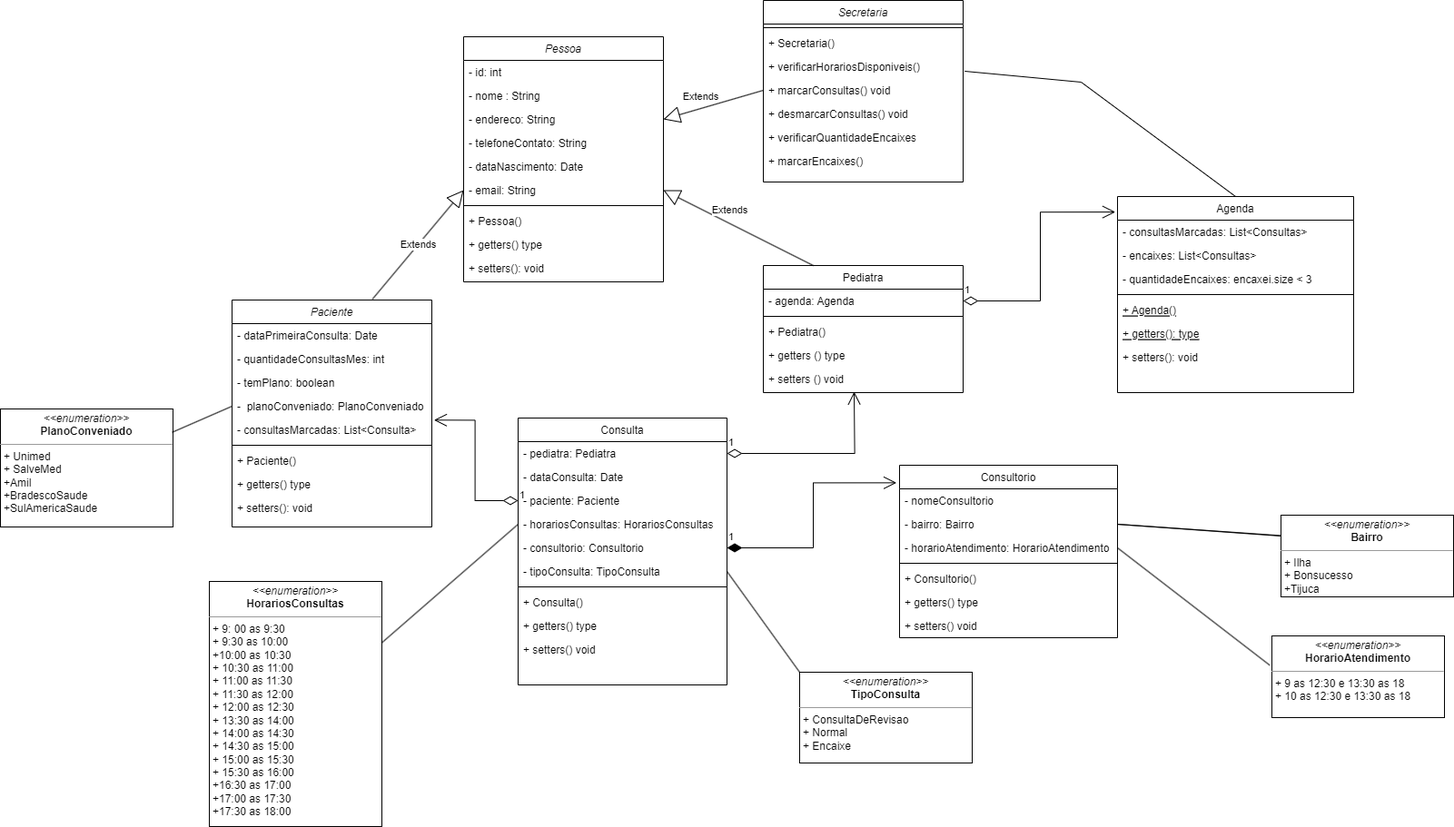
Above: Diagrams/diagrama3.drawio.png in OswaldoBirkner/Avaliacao_OOP (draw.io), before the change. Source tidied: cells renumbered, new cells last; positions are measured from the earlier drawing's top-left corner, leaving out a move shared by most shapes.
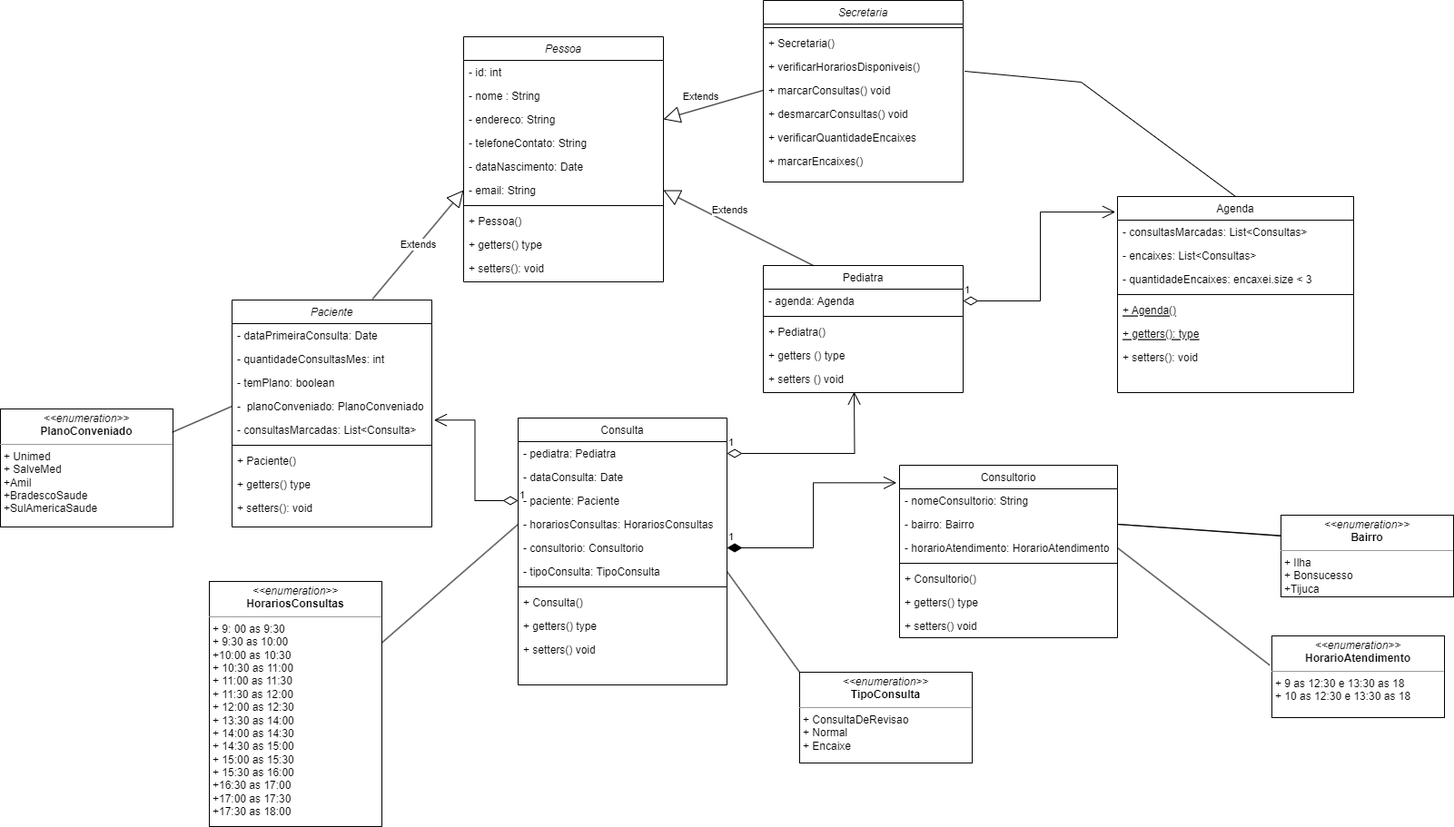
Later version of the same file.

Commit message:
fix syntax diagram

Diff of the diagram source:
```diff
@@ -86,7 +86,7 @@
     <mxCell id="29" value="Consultorio" style="swimlane;fontStyle=0;align=center;verticalAlign=top;horizontal=1;startSize=26;rounded=0;shadow=0;strokeWidth=1;" parent="1" vertex="1">
       <mxGeometry x="990" y="512" width="240" height="190" as="geometry" />
     </mxCell>
-    <mxCell id="30" value="- nomeConsultorio" style="text;align=left;verticalAlign=top;spacingLeft=4;spacingRight=4;overflow=hidden;points=[[0,0.5],[1,0.5]];portConstraint=eastwest;" parent="29" vertex="1">
+    <mxCell id="30" value="- nomeConsultorio: String" style="text;align=left;verticalAlign=top;spacingLeft=4;spacingRight=4;overflow=hidden;points=[[0,0.5],[1,0.5]];portConstraint=eastwest;" parent="29" vertex="1">
       <mxGeometry y="26" width="240" height="26" as="geometry" />
     </mxCell>
     <mxCell id="31" value="- bairro: Bairro" style="text;align=left;verticalAlign=top;spacingLeft=4;spacingRight=4;overflow=hidden;points=[[0,0.5],[1,0.5]];portConstraint=eastwest;rounded=0;shadow=0;html=0;" parent="29" vertex="1">
```
